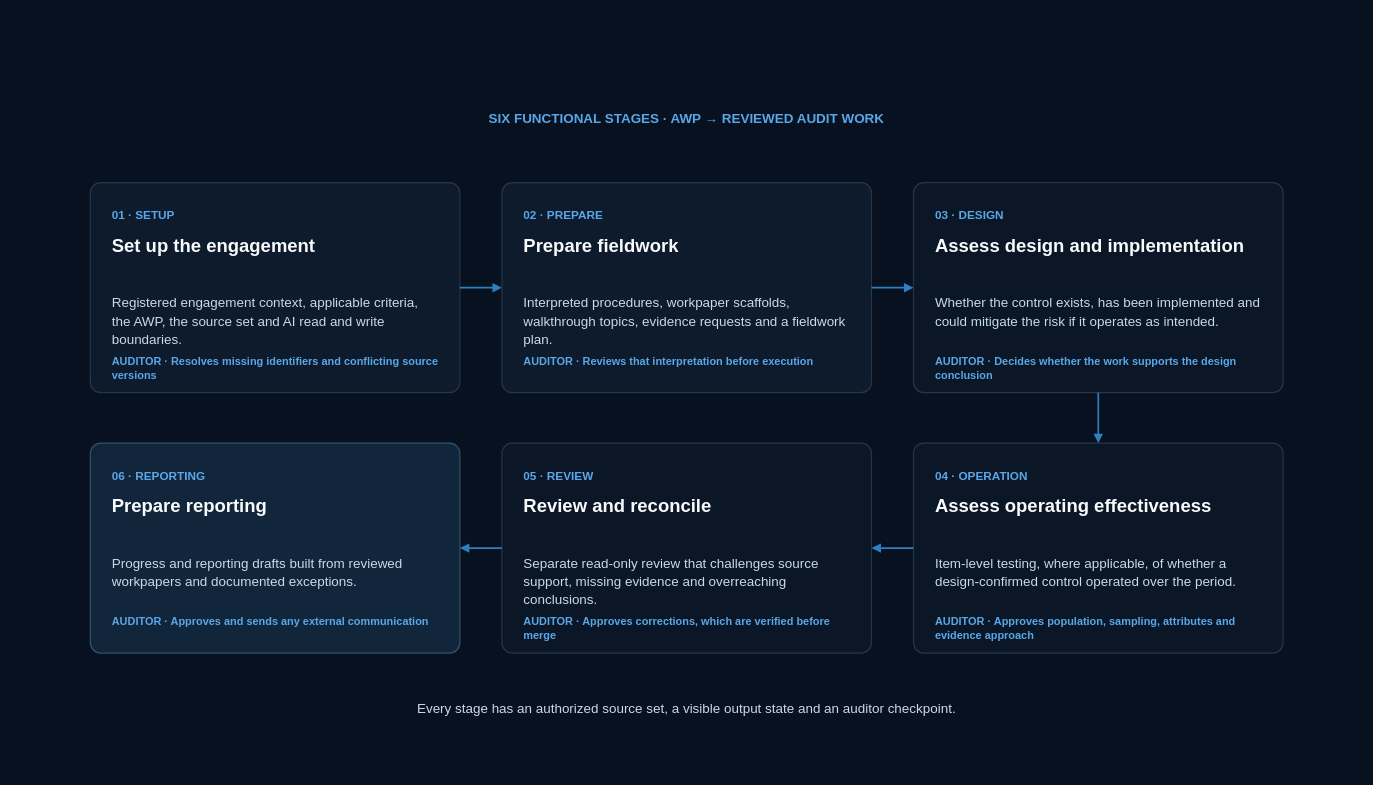
This is aeos/assets/source/aeos-typical-awp-lifecycle-dark.drawio from busera/busera.github.io, a draw.io file, before an edit. Source tidied: cells renumbered, new cells numbered last; positions are measured from the earlier drawing's top-left corner, leaving out a move shared by most shapes. Both pictures are drawn from the tidied source at 84%, with x=0, y=0 at pixel (14, 14).
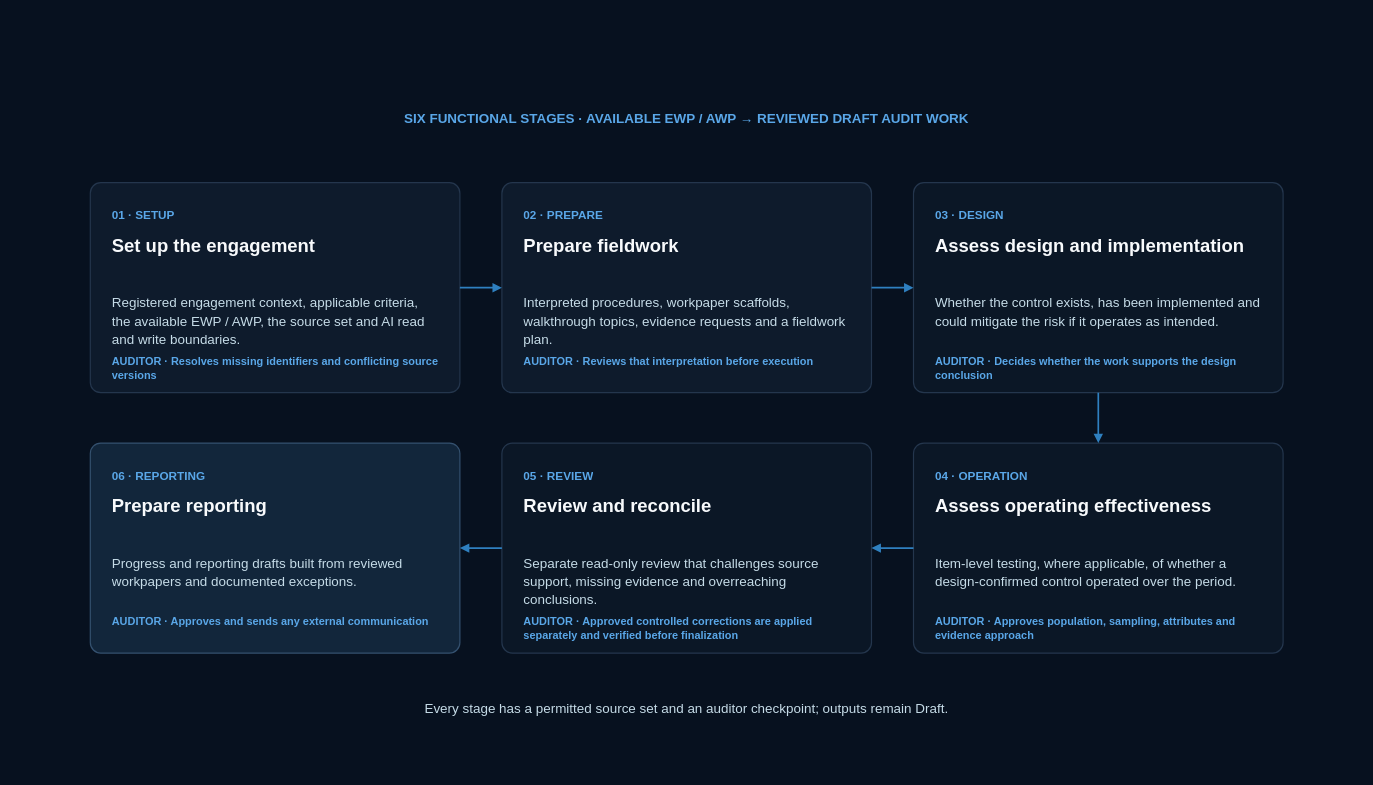
The same diagram, later.

Change to the diagram source:
```diff
@@
-    <mxCell id="3" value="SIX FUNCTIONAL STAGES · AWP → REVIEWED AUDIT WORK" style="text;html=1;whiteSpace=wrap;overflow=hidden;strokeColor=none;fillColor=none;spacing=0;spacingTop=0;spacingBottom=0;spacingLeft=0;spacingRight=0;align=center;verticalAlign=middle;fontFamily=Helvetica;fontColor=#5AA7E8;fontSize=16;fontStyle=1;" parent="1" vertex="1">
+    <mxCell id="3" value="SIX FUNCTIONAL STAGES · AVAILABLE EWP / AWP → REVIEWED DRAFT AUDIT WORK" style="text;html=1;whiteSpace=wrap;overflow=hidden;strokeColor=none;fillColor=none;spacing=0;spacingTop=0;spacingBottom=0;spacingLeft=0;spacingRight=0;align=center;verticalAlign=middle;fontFamily=Helvetica;fontColor=#5AA7E8;fontSize=16;fontStyle=1;" parent="1" vertex="1">
       <mxGeometry x="400" y="108" width="800" height="30" as="geometry" />
     </mxCell>
@@
-    <mxCell id="7" value="&lt;div style=&quot;line-height:1.35;&quot;&gt;Registered engagement context, applicable criteria, the AWP, the source set and AI read and write boundaries.&lt;/div&gt;" style="text;html=1;whiteSpace=wrap;overflow=hidden;strokeColor=none;fillColor=none;spacing=0;spacingTop=0;spacingBottom=0;spacingLeft=0;spacingRight=0;align=left;verticalAlign=top;fontFamily=Helvetica;fontColor=#C6DCE8;fontSize=16;fontStyle=0;" parent="1" vertex="1">
+    <mxCell id="7" value="&lt;div style=&quot;line-height:1.35;&quot;&gt;Registered engagement context, applicable criteria, the available EWP / AWP, the source set and AI read and write boundaries.&lt;/div&gt;" style="text;html=1;whiteSpace=wrap;overflow=hidden;strokeColor=none;fillColor=none;spacing=0;spacingTop=0;spacingBottom=0;spacingLeft=0;spacingRight=0;align=left;verticalAlign=top;fontFamily=Helvetica;fontColor=#C6DCE8;fontSize=16;fontStyle=0;" parent="1" vertex="1">
       <mxGeometry x="116" y="328" width="388" height="66" as="geometry" />
     </mxCell>
@@
-    <mxCell id="28" value="&lt;div style=&quot;line-height:1.3;&quot;&gt;AUDITOR · Approves corrections, which are verified before merge&lt;/div&gt;" style="text;html=1;whiteSpace=wrap;overflow=hidden;strokeColor=none;fillColor=none;spacing=0;spacingTop=0;spacingBottom=0;spacingLeft=0;spacingRight=0;align=left;verticalAlign=top;fontFamily=Helvetica;fontColor=#5AA7E8;fontSize=13;fontStyle=1;" parent="1" vertex="1">
+    <mxCell id="28" value="&lt;div style=&quot;line-height:1.3;&quot;&gt;AUDITOR · Approved controlled corrections are applied separately and verified before finalization&lt;/div&gt;" style="text;html=1;whiteSpace=wrap;overflow=hidden;strokeColor=none;fillColor=none;spacing=0;spacingTop=0;spacingBottom=0;spacingLeft=0;spacingRight=0;align=left;verticalAlign=top;fontFamily=Helvetica;fontColor=#5AA7E8;fontSize=13;fontStyle=1;" parent="1" vertex="1">
       <mxGeometry x="606" y="710" width="388" height="44" as="geometry" />
     </mxCell>
@@
-    <mxCell id="39" value="Every stage has an authorized source set, a visible output state and an auditor checkpoint." style="text;html=1;whiteSpace=wrap;overflow=hidden;strokeColor=none;fillColor=none;spacing=0;spacingTop=0;spacingBottom=0;spacingLeft=0;spacingRight=0;align=center;verticalAlign=middle;fontFamily=Helvetica;fontColor=#C6DCE8;fontSize=16;fontStyle=0;" parent="1" vertex="1">
+    <mxCell id="39" value="Every stage has a permitted source set and an auditor checkpoint; outputs remain Draft." style="text;html=1;whiteSpace=wrap;overflow=hidden;strokeColor=none;fillColor=none;spacing=0;spacingTop=0;spacingBottom=0;spacingLeft=0;spacingRight=0;align=center;verticalAlign=middle;fontFamily=Helvetica;fontColor=#C6DCE8;fontSize=16;fontStyle=0;" parent="1" vertex="1">
       <mxGeometry x="300" y="800" width="1000" height="52" as="geometry" />
     </mxCell>
```
